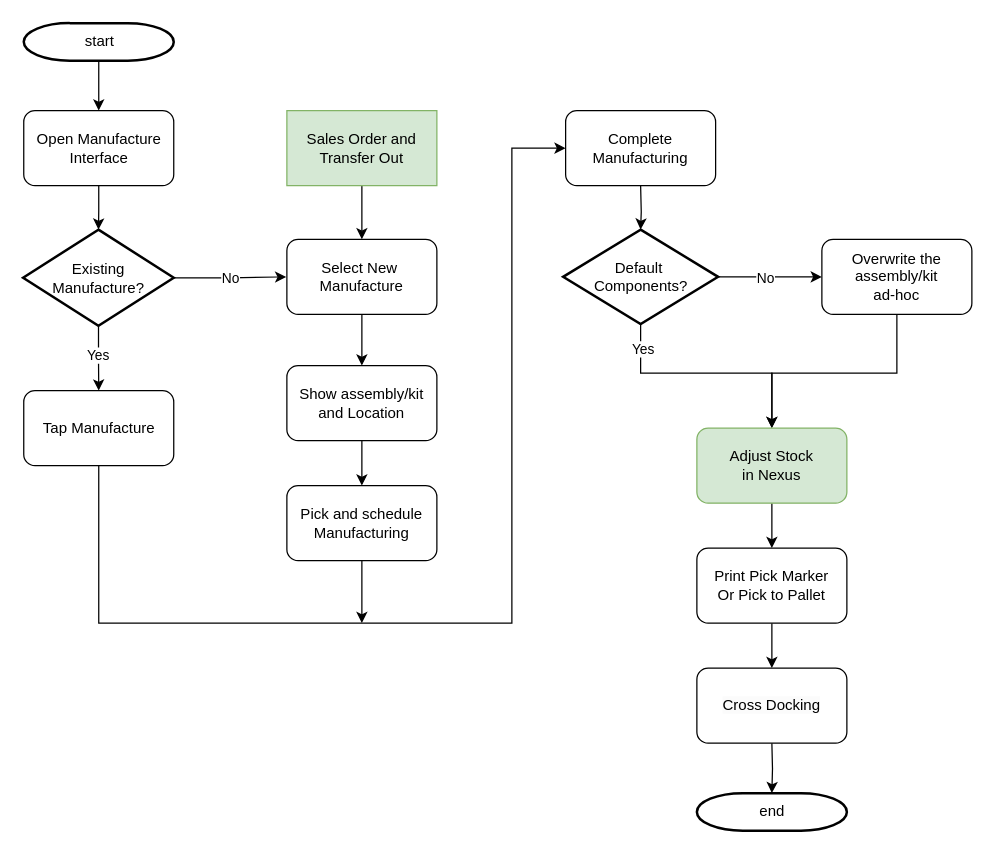
Earlier version of the draw.io diagram ManufactureProcess.drawio (ZTomChen/NavigatorFlowcharts). Source tidied: cells renumbered, new cells numbered last; positions are measured from the earlier drawing's top-left corner, leaving out a move shared by most shapes. Both pictures are drawn from the tidied source at 125%, with x=0, y=0 at pixel (22, 22).
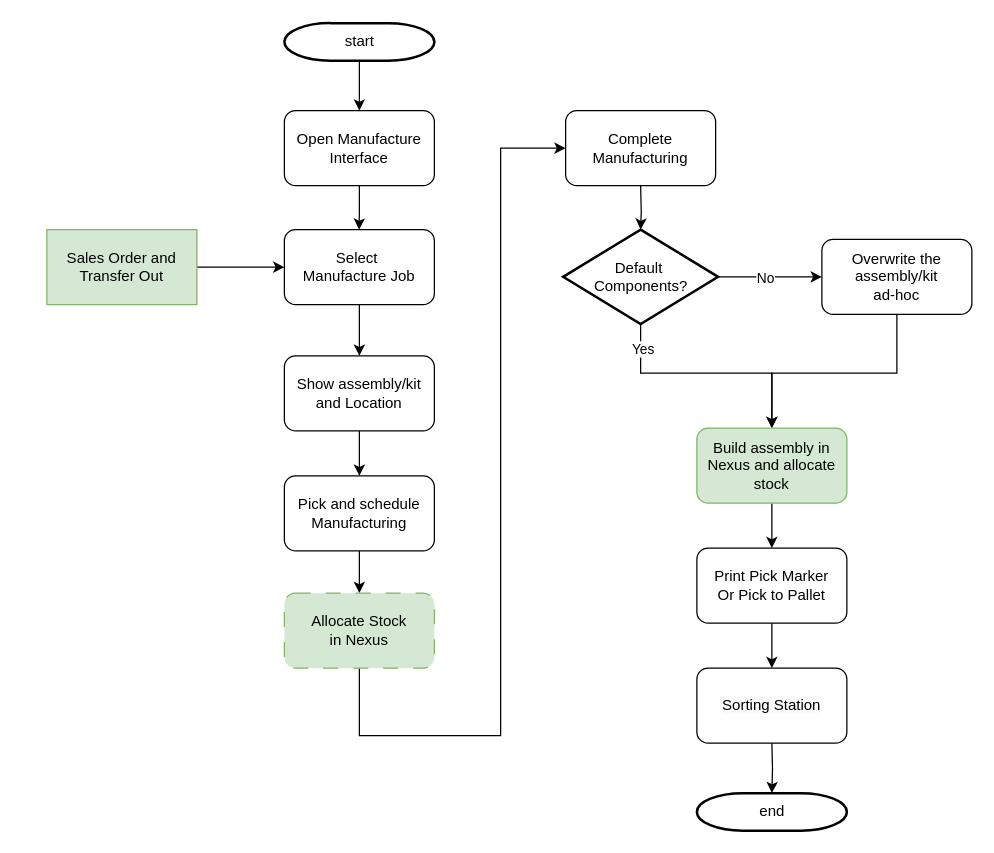
The same page after the edit.

Unchanged cells that the change refers to:
```xml
<mxCell id="34" value="Complete Manufacturing" style="rounded=1;whiteSpace=wrap;html=1;" parent="1" vertex="1">
  <mxGeometry x="434" y="70" width="120" height="60" as="geometry" />
</mxCell>
```

Change to the diagram source:
```diff
@@
     <mxCell id="3" value="start" style="shape=mxgraph.flowchart.terminator;strokeWidth=2;gradientColor=none;gradientDirection=north;fontStyle=0;html=1;" parent="1" vertex="1">
-      <mxGeometry x="0.5" width="120" height="30" as="geometry" />
+      <mxGeometry x="209" width="120" height="30" as="geometry" />
     </mxCell>
-    <mxCell id="4" style="edgeStyle=orthogonalEdgeStyle;rounded=0;jettySize=auto;html=1;" parent="1" edge="1" source="8" target="12">
-      <mxGeometry relative="1" as="geometry" />
-    </mxCell>
-    <mxCell id="5" value="Yes" style="edgeLabel;html=1;align=center;verticalAlign=middle;" parent="4" vertex="1">
-      <mxGeometry x="-0.04" y="1" relative="1" as="geometry">
-        <mxPoint x="-2" y="-2" as="offset" />
-      </mxGeometry>
-    </mxCell>
-    <mxCell id="6" style="edgeStyle=orthogonalEdgeStyle;rounded=0;jettySize=auto;html=1;" parent="1" edge="1" source="8">
-      <mxGeometry relative="1" as="geometry">
-        <mxPoint x="210.5" y="203" as="targetPoint" />
-      </mxGeometry>
-    </mxCell>
-    <mxCell id="7" value="No" style="edgeLabel;html=1;align=center;verticalAlign=middle;" parent="6" vertex="1">
-      <mxGeometry x="-0.36" y="-2" relative="1" as="geometry">
-        <mxPoint x="16" y="-2" as="offset" />
-      </mxGeometry>
-    </mxCell>
-    <mxCell id="8" value="Existing&lt;div&gt;Manufacture?&lt;/div&gt;" style="shape=mxgraph.flowchart.decision;strokeWidth=2;gradientColor=none;gradientDirection=north;fontStyle=0;html=1;" parent="1" vertex="1">
-      <mxGeometry y="165.2" width="120.5" height="77" as="geometry" />
-    </mxCell>
-    <mxCell id="9" style="edgeStyle=orthogonalEdgeStyle;rounded=0;jettySize=auto;html=1;" parent="1" edge="1" source="10" target="8">
-      <mxGeometry relative="1" as="geometry" />
+    <mxCell id="9" style="edgeStyle=orthogonalEdgeStyle;rounded=0;jettySize=auto;html=1;" parent="1" edge="1" source="10">
+      <mxGeometry relative="1" as="geometry">
+        <mxPoint x="268.8" y="165.2" as="targetPoint" />
+      </mxGeometry>
     </mxCell>
     <mxCell id="10" value="&lt;span style=&quot;text-wrap-mode: nowrap;&quot;&gt;Open Manufacture&lt;/span&gt;&lt;div&gt;&lt;span style=&quot;text-wrap-mode: nowrap;&quot;&gt;Interface&lt;/span&gt;&lt;/div&gt;" style="rounded=1;whiteSpace=wrap;html=1;" parent="1" vertex="1">
-      <mxGeometry x="0.5" y="70" width="120" height="60" as="geometry" />
+      <mxGeometry x="209" y="70" width="120" height="60" as="geometry" />
     </mxCell>
-    <mxCell id="11" style="edgeStyle=orthogonalEdgeStyle;rounded=0;jettySize=auto;html=1;exitX=0.5;exitY=1;exitDx=0;exitDy=0;entryX=0;entryY=0.5;entryDx=0;entryDy=0;" parent="1" edge="1" source="12">
-      <mxGeometry relative="1" as="geometry">
-        <mxPoint x="434" y="100" as="targetPoint" />
-        <Array as="points">
-          <mxPoint x="61" y="480" />
-          <mxPoint x="391" y="480" />
-          <mxPoint x="391" y="100" />
-        </Array>
-      </mxGeometry>
-    </mxCell>
-    <mxCell id="12" value="&lt;span style=&quot;text-wrap-mode: nowrap;&quot;&gt;Tap Manufacture&lt;/span&gt;" style="rounded=1;whiteSpace=wrap;html=1;" parent="1" vertex="1">
-      <mxGeometry x="0.5" y="294" width="120" height="60" as="geometry" />
-    </mxCell>
@@
-    <mxCell id="15" value="&lt;span style=&quot;text-wrap-mode: nowrap;&quot;&gt;Select New&amp;nbsp;&lt;/span&gt;&lt;div&gt;&lt;span style=&quot;text-wrap-mode: nowrap;&quot;&gt;Manufacture&lt;/span&gt;&lt;/div&gt;" style="rounded=1;whiteSpace=wrap;html=1;" parent="1" vertex="1">
-      <mxGeometry x="211" y="173" width="120" height="60" as="geometry" />
+    <mxCell id="15" value="&lt;span style=&quot;text-wrap-mode: nowrap;&quot;&gt;Select&amp;nbsp;&lt;/span&gt;&lt;div&gt;&lt;span style=&quot;text-wrap-mode: nowrap; background-color: initial;&quot;&gt;Manufacture Job&lt;/span&gt;&lt;/div&gt;" style="rounded=1;whiteSpace=wrap;html=1;" parent="1" vertex="1">
+      <mxGeometry x="209" y="165.2" width="120" height="60" as="geometry" />
     </mxCell>
@@
     <mxCell id="17" value="&lt;span style=&quot;text-wrap-mode: nowrap;&quot;&gt;Show assembly/kit&lt;/span&gt;&lt;div&gt;&lt;span style=&quot;text-wrap-mode: nowrap;&quot;&gt;and Location&lt;/span&gt;&lt;/div&gt;" style="rounded=1;whiteSpace=wrap;html=1;" parent="1" vertex="1">
-      <mxGeometry x="211" y="274" width="120" height="60" as="geometry" />
+      <mxGeometry x="209" y="266.2" width="120" height="60" as="geometry" />
     </mxCell>
-    <mxCell id="18" style="edgeStyle=orthogonalEdgeStyle;rounded=0;jettySize=auto;html=1;exitX=0.5;exitY=1;exitDx=0;exitDy=0;" parent="1" edge="1" source="19">
-      <mxGeometry relative="1" as="geometry">
-        <mxPoint x="271" y="480" as="targetPoint" />
-      </mxGeometry>
-    </mxCell>
+    <mxCell id="37" style="edgeStyle=orthogonalEdgeStyle;rounded=0;jettySize=auto;html=1;" parent="1" edge="1" source="19" target="39">
+      <mxGeometry relative="1" as="geometry" />
+    </mxCell>
     <mxCell id="19" value="&lt;span style=&quot;text-wrap-mode: nowrap;&quot;&gt;Pick and schedule&lt;/span&gt;&lt;div&gt;&lt;span style=&quot;text-wrap-mode: nowrap;&quot;&gt;Manufacturing&lt;/span&gt;&lt;/div&gt;" style="rounded=1;whiteSpace=wrap;html=1;" parent="1" vertex="1">
-      <mxGeometry x="211" y="370" width="120" height="60" as="geometry" />
+      <mxGeometry x="209" y="362.2" width="120" height="60" as="geometry" />
     </mxCell>
@@
     <mxCell id="27" value="Sales Order and Transfer Out" style="rounded=0;whiteSpace=wrap;html=1;fillColor=#d5e8d4;strokeColor=#82b366;" parent="1" vertex="1">
-      <mxGeometry x="211" y="70" width="120" height="60" as="geometry" />
+      <mxGeometry x="19" y="165.2" width="120" height="60" as="geometry" />
     </mxCell>
-    <mxCell id="28" value="&lt;span style=&quot;color: rgb(0, 0, 0); font-family: Helvetica; font-size: 12px; font-style: normal; font-variant-ligatures: normal; font-variant-caps: normal; font-weight: 400; letter-spacing: normal; orphans: 2; text-align: center; text-indent: 0px; text-transform: none; widows: 2; word-spacing: 0px; -webkit-text-stroke-width: 0px; white-space: normal; background-color: rgb(251, 251, 251); text-decoration-thickness: initial; text-decoration-style: initial; text-decoration-color: initial; display: inline !important; float: none;&quot;&gt;Cross Docking&lt;/span&gt;" style="rounded=1;whiteSpace=wrap;html=1;" parent="1" vertex="1">
+    <mxCell id="28" value="&lt;span style=&quot;color: rgb(0, 0, 0); font-family: Helvetica; font-size: 12px; font-style: normal; font-variant-ligatures: normal; font-variant-caps: normal; font-weight: 400; letter-spacing: normal; orphans: 2; text-align: center; text-indent: 0px; text-transform: none; widows: 2; word-spacing: 0px; -webkit-text-stroke-width: 0px; white-space: normal; background-color: rgb(251, 251, 251); text-decoration-thickness: initial; text-decoration-style: initial; text-decoration-color: initial; display: inline !important; float: none;&quot;&gt;Sorting Station&lt;/span&gt;" style="rounded=1;whiteSpace=wrap;html=1;" parent="1" vertex="1">
       <mxGeometry x="539" y="516" width="120" height="60" as="geometry" />
     </mxCell>
@@
-    <mxCell id="36" value="Adjust Stock&lt;div&gt;in Nexus&lt;/div&gt;" style="rounded=1;whiteSpace=wrap;html=1;fillColor=#d5e8d4;strokeColor=#82b366;" parent="1" vertex="1">
+    <mxCell id="36" value="Build assembly in Nexus and allocate stock" style="rounded=1;whiteSpace=wrap;html=1;fillColor=#d5e8d4;strokeColor=#82b366;" parent="1" vertex="1">
       <mxGeometry x="539" y="324" width="120" height="60" as="geometry" />
     </mxCell>
+    <mxCell id="38" style="edgeStyle=orthogonalEdgeStyle;rounded=0;jettySize=auto;html=1;exitX=0.5;exitY=1;exitDx=0;exitDy=0;entryX=0;entryY=0.5;entryDx=0;entryDy=0;" parent="1" edge="1" source="39" target="34">
+      <mxGeometry relative="1" as="geometry">
+        <Array as="points">
+          <mxPoint x="269" y="570" />
+          <mxPoint x="382" y="570" />
+          <mxPoint x="382" y="100" />
+        </Array>
+      </mxGeometry>
+    </mxCell>
+    <mxCell id="39" value="Allocate Stock&lt;div&gt;in Nexus&lt;/div&gt;" style="rounded=1;whiteSpace=wrap;html=1;fillColor=#d5e8d4;strokeColor=#82b366;dashed=1;dashPattern=12 12;" parent="1" vertex="1">
+      <mxGeometry x="209" y="456" width="120" height="60" as="geometry" />
+    </mxCell>
```
